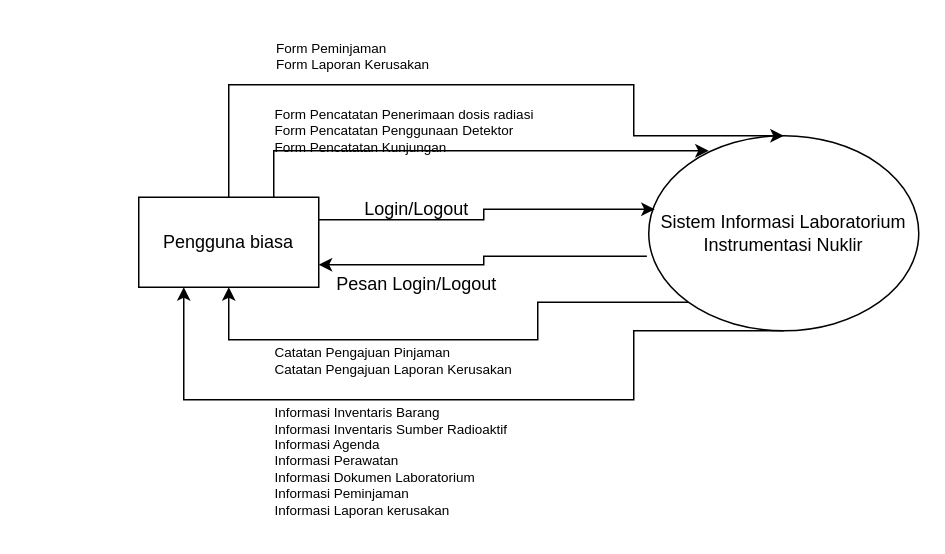
The draw.io diagram page "Context User" (1 of 2) of DFD.drawio in bomsiwor/wor-resolusi, before the edit. Source tidied: cells renumbered, new cells numbered last; positions are measured from the earlier drawing's top-left corner, leaving out a move shared by most shapes. Both pictures are drawn from the tidied source at 150%, with x=0, y=0 at pixel (138, 26).
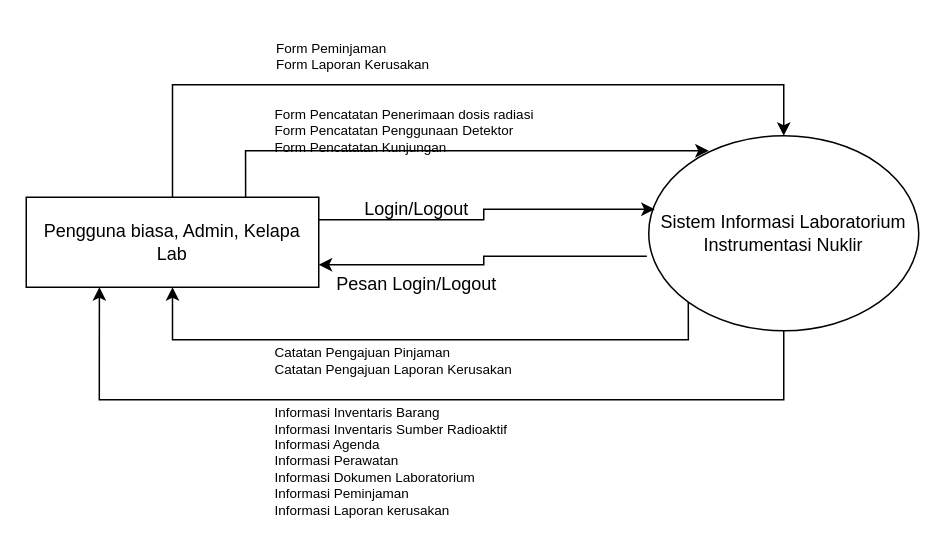
The same page after the edit.

Commit message:
Context admin

What changed in the source:
```diff
@@
-    <mxCell id="9" value="Pengguna biasa" style="rounded=0;whiteSpace=wrap;html=1;" parent="1" vertex="1">
-      <mxGeometry y="114" width="120" height="60" as="geometry" />
+    <mxCell id="9" value="Pengguna biasa, Admin, Kelapa Lab" style="rounded=0;whiteSpace=wrap;html=1;" parent="1" vertex="1">
+      <mxGeometry x="-75" y="114" width="195" height="60" as="geometry" />
     </mxCell>
```
